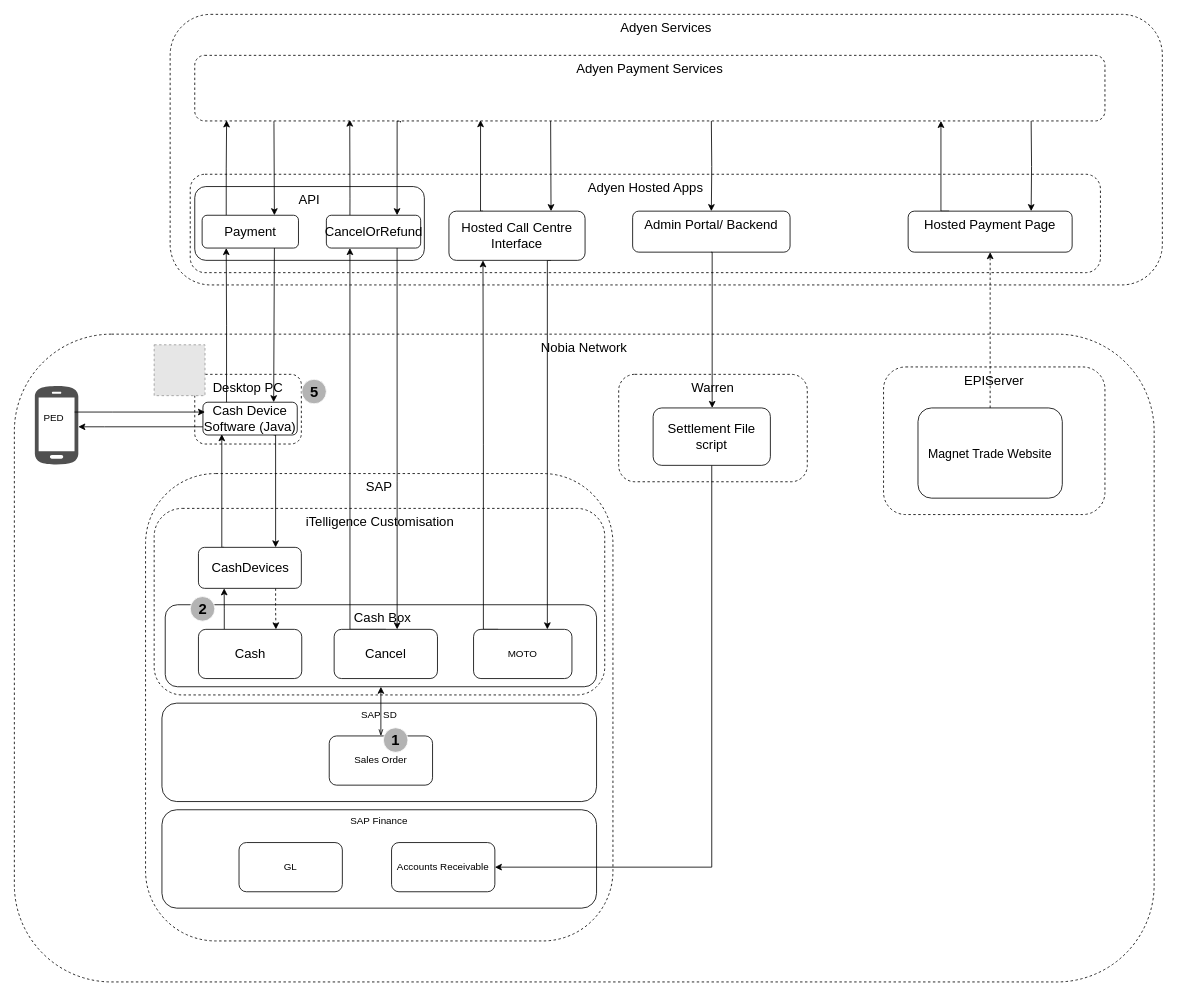
Above: page "As -Is Cash" (1 of 6) of Adyen Options.drawio in mrf742002/Diagrams (draw.io), before the change. Source tidied: cells renumbered, new cells numbered last; positions are measured from the earlier drawing's top-left corner, leaving out a move shared by most shapes. Both pictures are drawn from the tidied source at 82%, with x=0, y=0 at pixel (14, 14). Pictures stored in the file or linked from it are replaced by grey dashed boxes.
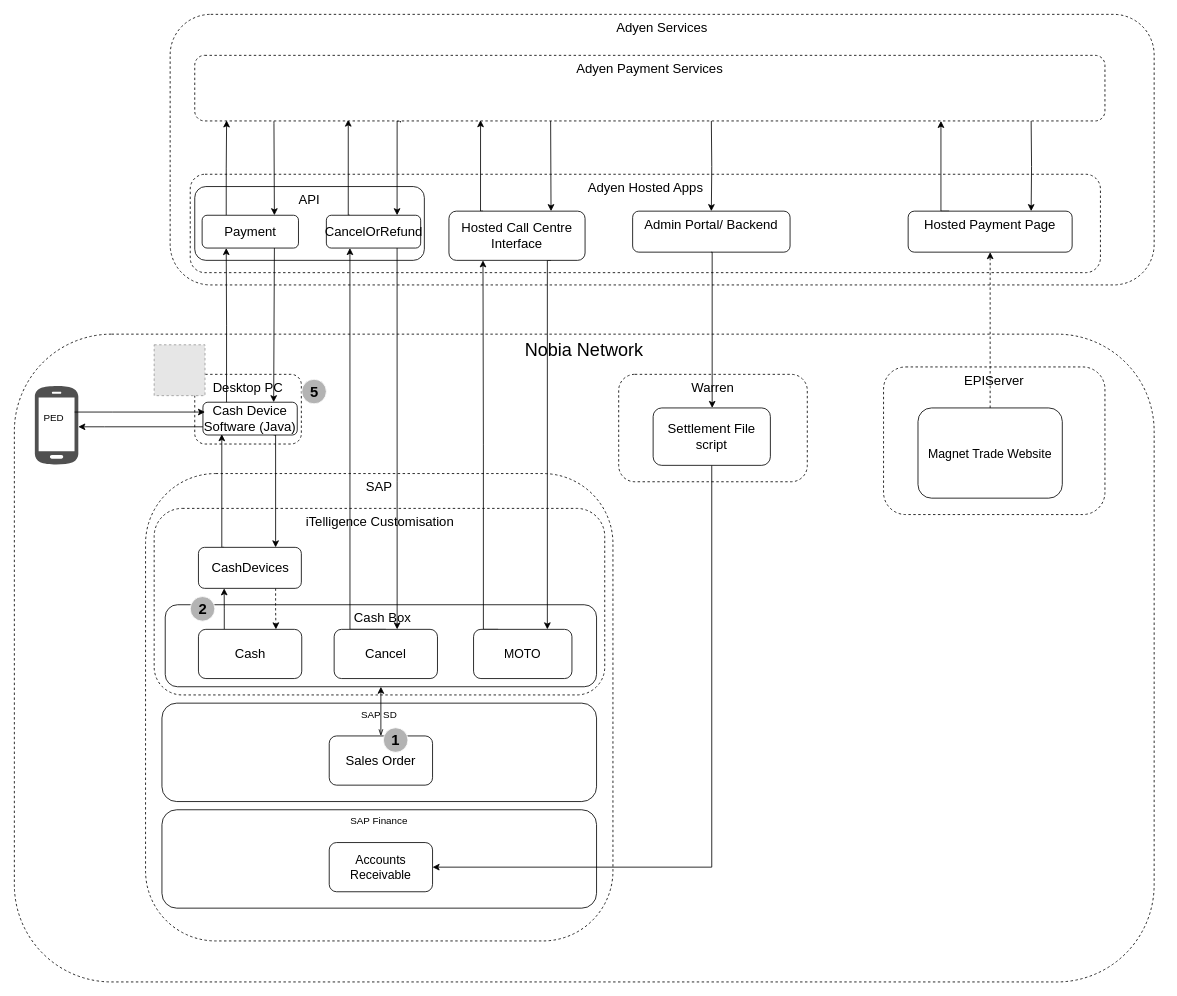
After the change.

Unchanged cells that the change refers to:
```xml
<mxCell id="50" value="&lt;span style=&quot;font-size: 16px&quot;&gt;CancelOrRefund&lt;/span&gt;" style="rounded=1;whiteSpace=wrap;html=1;" parent="1" vertex="1">
  <mxGeometry x="380.5" y="245" width="115" height="40" as="geometry" />
</mxCell>
```

Change to the diagram source:
```diff
@@
     <mxCell id="2" value="&lt;span style=&quot;font-size: 16px&quot;&gt;Adyen Services&lt;/span&gt;" style="rounded=1;whiteSpace=wrap;html=1;dashed=1;verticalAlign=top;" parent="1" vertex="1">
-      <mxGeometry x="190" width="1210" height="330" as="geometry" />
+      <mxGeometry x="190" width="1200" height="330" as="geometry" />
     </mxCell>
-    <mxCell id="3" value="&lt;font style=&quot;font-size: 16px&quot;&gt;Nobia Network&lt;/font&gt;" style="rounded=1;whiteSpace=wrap;html=1;dashed=1;verticalAlign=top;arcSize=15;" parent="1" vertex="1">
+    <mxCell id="3" value="&lt;font style=&quot;font-size: 22px;&quot;&gt;Nobia Network&lt;/font&gt;" style="rounded=1;whiteSpace=wrap;html=1;dashed=1;verticalAlign=top;arcSize=15;fontSize=22;" parent="1" vertex="1">
       <mxGeometry y="390" width="1390" height="790" as="geometry" />
     </mxCell>
@@
-    <mxCell id="19" value="MOTO" style="rounded=1;whiteSpace=wrap;html=1;" parent="1" vertex="1">
+    <mxCell id="19" value="MOTO" style="rounded=1;whiteSpace=wrap;html=1;fontSize=15;" parent="1" vertex="1">
       <mxGeometry x="560" y="750" width="120" height="60" as="geometry" />
     </mxCell>
@@
-    <mxCell id="22" value="Sales Order" style="rounded=1;whiteSpace=wrap;html=1;" parent="1" vertex="1">
+    <mxCell id="22" value="Sales Order" style="rounded=1;whiteSpace=wrap;html=1;fontSize=16;" parent="1" vertex="1">
       <mxGeometry x="384" y="880" width="126" height="60" as="geometry" />
     </mxCell>
@@
-    <mxCell id="36" value="GL" style="rounded=1;whiteSpace=wrap;html=1;" parent="1" vertex="1">
-      <mxGeometry x="274" y="1010" width="126" height="60" as="geometry" />
-    </mxCell>
-    <mxCell id="37" value="Accounts Receivable" style="rounded=1;whiteSpace=wrap;html=1;" parent="1" vertex="1">
-      <mxGeometry x="460" y="1010" width="126" height="60" as="geometry" />
+    <mxCell id="37" value="Accounts Receivable" style="rounded=1;whiteSpace=wrap;html=1;fontSize=15;" parent="1" vertex="1">
+      <mxGeometry x="384" y="1010" width="126" height="60" as="geometry" />
     </mxCell>
@@
     <mxCell id="49" style="edgeStyle=orthogonalEdgeStyle;rounded=0;jettySize=auto;html=1;exitX=0.25;exitY=0;exitDx=0;exitDy=0;entryX=0.181;entryY=0.389;entryDx=0;entryDy=0;entryPerimeter=0;fontSize=16;" parent="1" edge="1" source="50" target="2">
-      <mxGeometry relative="1" as="geometry" />
+      <mxGeometry relative="1" as="geometry">
+        <Array as="points">
+          <mxPoint x="407" y="245" />
+        </Array>
+      </mxGeometry>
     </mxCell>
```
